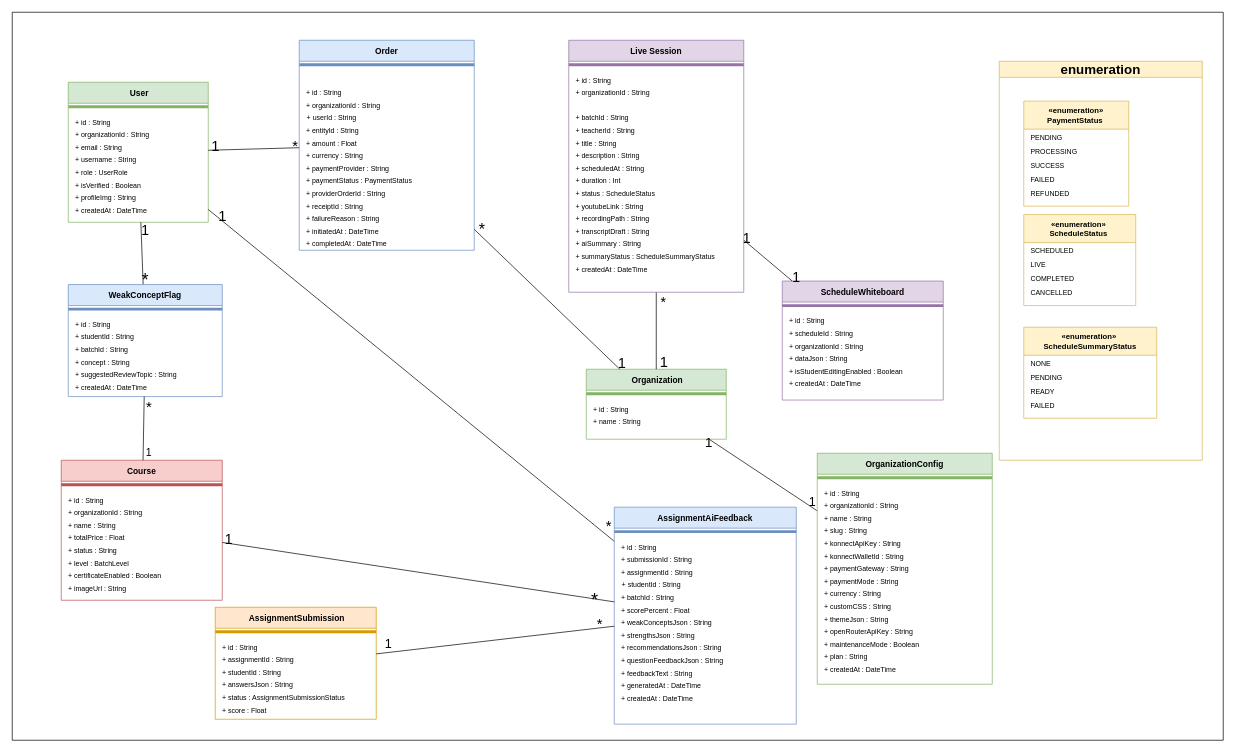
This is docs/diagrams/r3/class_diagram_r3.drawio from ahmedhdhd/pfe_project, a draw.io file, before an edit. Source tidied: cells renumbered, new cells numbered last; positions are measured from the earlier drawing's top-left corner, leaving out a move shared by most shapes. Both pictures are drawn from the tidied source at 70%, with x=0, y=0 at pixel (12, 12).
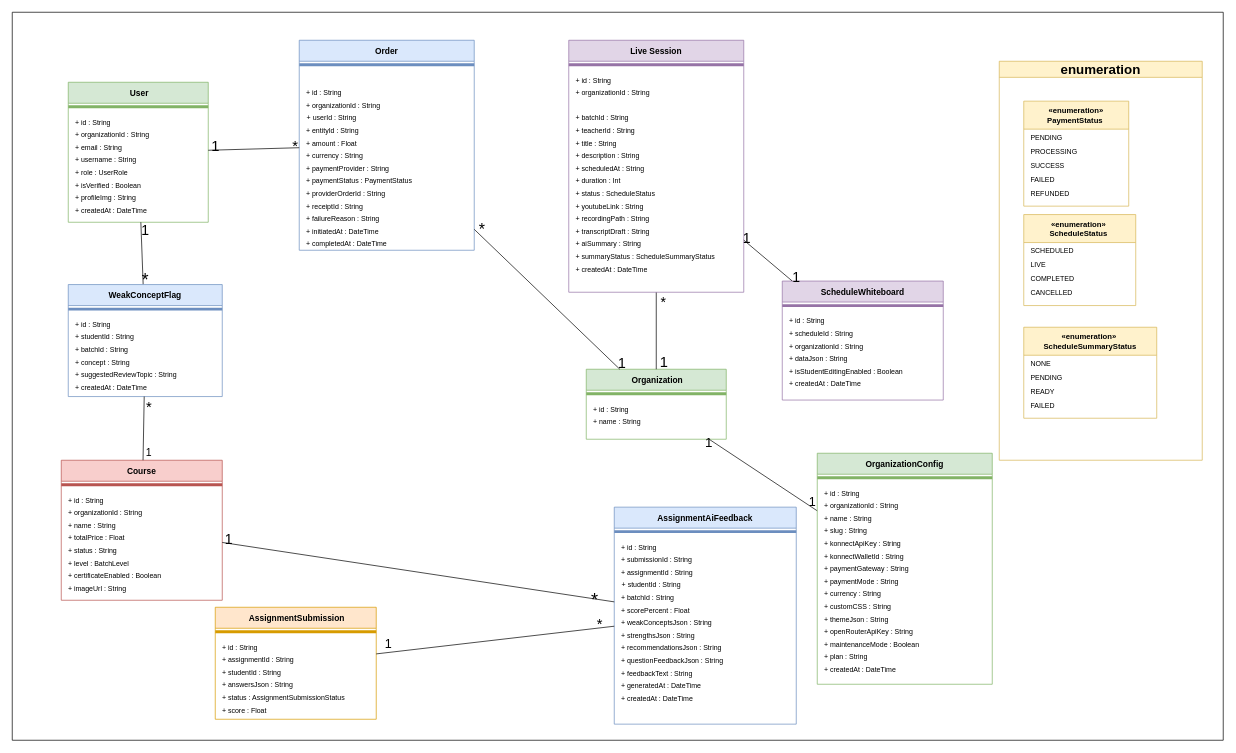
Above is the later version.

Unchanged cells that the change refers to:
```xml
<mxCell id="2" value=" User" style="swimlane;startSize=30;fillColor=#d5e8d4;strokeColor=#82b366;fontSize=12;fontStyle=1;" parent="1" vertex="1">
  <mxGeometry x="80" y="100" width="200" height="200" as="geometry" />
</mxCell>
<mxCell id="72" value=" AssignmentAiFeedback " style="swimlane;startSize=30;fillColor=#dae8fc;strokeColor=#6c8ebf;fontSize=12;fontStyle=1;" parent="63" vertex="1">
  <mxGeometry x="860" y="707" width="260" height="310" as="geometry" />
</mxCell>
```

The edit, as a diff of the source:
```diff
@@
-    <mxCell id="37" style="endArrow=none;html=1;" parent="1" edge="1" source="2" target="72">
-      <mxGeometry relative="1" as="geometry" />
-    </mxCell>
-    <mxCell id="38" value="1" style="html=1;fontSize=21;" parent="37" vertex="1">
-      <mxGeometry x="-0.9" relative="1" as="geometry">
-        <mxPoint x="-9" y="-15" as="offset" />
-      </mxGeometry>
-    </mxCell>
-    <mxCell id="39" value="*" style="html=1;fontSize=21;" parent="37" vertex="1">
-      <mxGeometry x="0.9" relative="1" as="geometry">
-        <mxPoint x="20" as="offset" />
-      </mxGeometry>
-    </mxCell>
```
